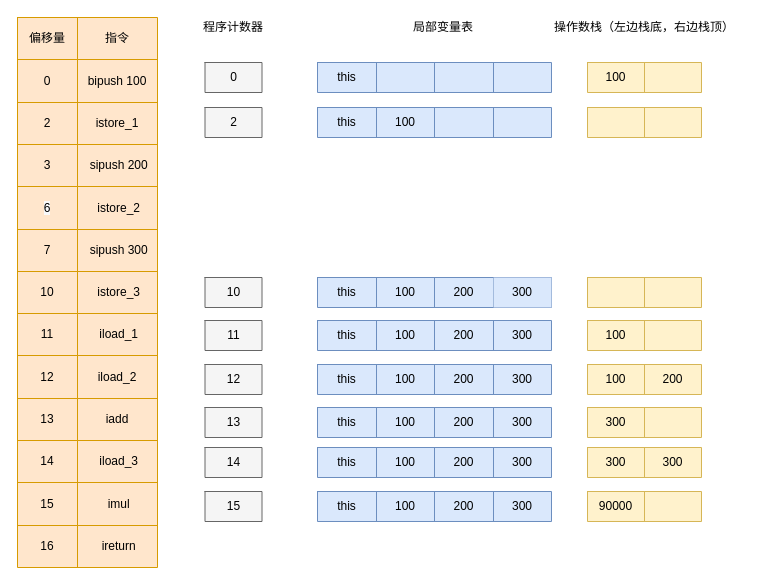
The draw.io diagram jvm/局部变量表，操作数栈，程序计数器执行过程.drawio in erlieStar/diagrams, before the edit. Source tidied: cells renumbered, new cells numbered last; positions are measured from the earlier drawing's top-left corner, leaving out a move shared by most shapes. Both pictures are drawn from the tidied source at 100%, with x=0, y=0 at pixel (17, 17).
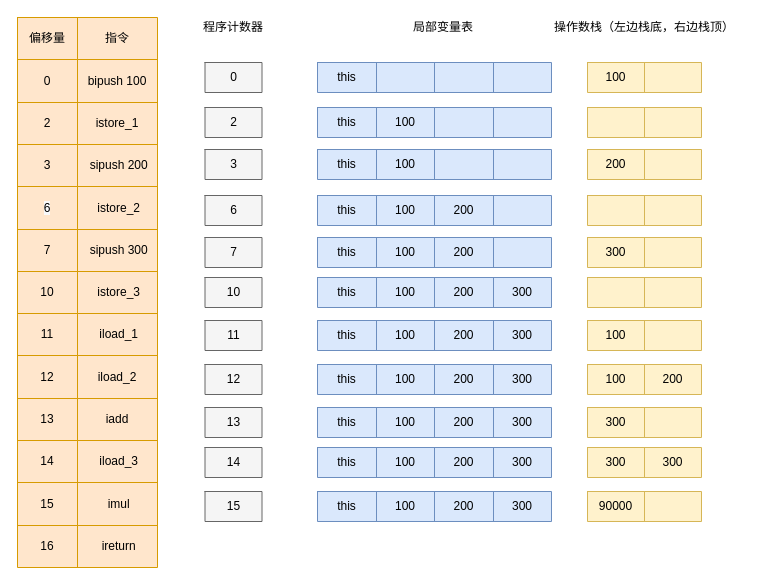
After the change.

Commit message (it also covers changes not shown here):
Update 局部变量表，操作数栈，程序计数器执行过程.drawio

The edit, as a diff of the source:
```diff
@@
-    <mxCell id="71" style="shape=table;html=1;whiteSpace=wrap;startSize=0;childLayout=tableLayout;fillColor=#dae8fc;strokeColor=#6c8ebf;" parent="1" vertex="1">
-      <mxGeometry x="300" y="260" width="234" height="30" as="geometry" />
-    </mxCell>
-    <mxCell id="72" style="shape=partialRectangle;html=1;whiteSpace=wrap;fillColor=none;top=0;left=0;bottom=0;right=0;" parent="71" vertex="1">
-      <mxGeometry width="234" height="30" as="geometry" />
-    </mxCell>
-    <mxCell id="73" value="this" style="shape=partialRectangle;html=1;whiteSpace=wrap;fillColor=none;top=0;left=0;bottom=0;right=0;overflow=hidden;" parent="72" vertex="1">
-      <mxGeometry width="59" height="30" as="geometry" />
-    </mxCell>
-    <mxCell id="74" value="100" style="shape=partialRectangle;html=1;whiteSpace=wrap;fillColor=none;top=0;left=0;bottom=0;right=0;overflow=hidden;" parent="72" vertex="1">
-      <mxGeometry x="59" width="58" height="30" as="geometry" />
-    </mxCell>
-    <mxCell id="75" value="200" style="shape=partialRectangle;html=1;whiteSpace=wrap;fillColor=none;top=0;left=0;bottom=0;right=0;overflow=hidden;" parent="72" vertex="1">
-      <mxGeometry x="117" width="59" height="30" as="geometry" />
-    </mxCell>
-    <mxCell id="76" value="300" style="shape=partialRectangle;html=1;whiteSpace=wrap;fillColor=#dae8fc;top=0;left=0;bottom=0;right=0;overflow=hidden;strokeColor=#6c8ebf;" parent="72" vertex="1">
-      <mxGeometry x="176" width="58" height="30" as="geometry" />
-    </mxCell>
@@
+    <mxCell id="149" style="shape=table;html=1;whiteSpace=wrap;startSize=0;childLayout=tableLayout;fillColor=#dae8fc;strokeColor=#6c8ebf;" parent="1" vertex="1">
+      <mxGeometry x="300" y="132" width="234" height="30" as="geometry" />
+    </mxCell>
+    <mxCell id="150" style="shape=partialRectangle;html=1;whiteSpace=wrap;fillColor=none;top=0;left=0;bottom=0;right=0;" parent="149" vertex="1">
+      <mxGeometry width="234" height="30" as="geometry" />
+    </mxCell>
+    <mxCell id="151" value="this" style="shape=partialRectangle;html=1;whiteSpace=wrap;fillColor=none;top=0;left=0;bottom=0;right=0;overflow=hidden;" parent="150" vertex="1">
+      <mxGeometry width="59" height="30" as="geometry" />
+    </mxCell>
+    <mxCell id="152" value="100" style="shape=partialRectangle;html=1;whiteSpace=wrap;fillColor=none;top=0;left=0;bottom=0;right=0;overflow=hidden;" parent="150" vertex="1">
+      <mxGeometry x="59" width="58" height="30" as="geometry" />
+    </mxCell>
+    <mxCell id="153" style="shape=partialRectangle;html=1;whiteSpace=wrap;fillColor=none;top=0;left=0;bottom=0;right=0;overflow=hidden;" parent="150" vertex="1">
+      <mxGeometry x="117" width="59" height="30" as="geometry" />
+    </mxCell>
+    <mxCell id="154" style="shape=partialRectangle;html=1;whiteSpace=wrap;fillColor=none;top=0;left=0;bottom=0;right=0;overflow=hidden;" parent="150" vertex="1">
+      <mxGeometry x="176" width="58" height="30" as="geometry" />
+    </mxCell>
+    <mxCell id="155" style="shape=table;html=1;whiteSpace=wrap;startSize=0;childLayout=tableLayout;fillColor=#fff2cc;strokeColor=#d6b656;" parent="1" vertex="1">
+      <mxGeometry x="570" y="132" width="114" height="30" as="geometry" />
+    </mxCell>
+    <mxCell id="156" style="shape=partialRectangle;html=1;whiteSpace=wrap;fillColor=none;top=0;left=0;bottom=0;right=0;" parent="155" vertex="1">
+      <mxGeometry width="114" height="30" as="geometry" />
+    </mxCell>
+    <mxCell id="157" value="200" style="shape=partialRectangle;html=1;whiteSpace=wrap;fillColor=none;top=0;left=0;bottom=0;right=0;overflow=hidden;" parent="156" vertex="1">
+      <mxGeometry width="57" height="30" as="geometry" />
+    </mxCell>
+    <mxCell id="158" style="shape=partialRectangle;html=1;whiteSpace=wrap;fillColor=none;top=0;left=0;bottom=0;right=0;overflow=hidden;" parent="156" vertex="1">
+      <mxGeometry x="57" width="57" height="30" as="geometry" />
+    </mxCell>
+    <mxCell id="159" style="shape=table;html=1;whiteSpace=wrap;startSize=0;childLayout=tableLayout;fillColor=#f5f5f5;strokeColor=#666666;fontColor=#333333;" parent="1" vertex="1">
+      <mxGeometry x="187.5" y="132" width="57" height="30" as="geometry" />
+    </mxCell>
+    <mxCell id="160" style="shape=partialRectangle;html=1;whiteSpace=wrap;fillColor=none;top=0;left=0;bottom=0;right=0;" parent="159" vertex="1">
+      <mxGeometry width="57" height="30" as="geometry" />
+    </mxCell>
+    <mxCell id="161" value="3" style="shape=partialRectangle;html=1;whiteSpace=wrap;fillColor=none;top=0;left=0;bottom=0;right=0;overflow=hidden;" parent="160" vertex="1">
+      <mxGeometry width="57" height="30" as="geometry" />
+    </mxCell>
+    <mxCell id="162" style="shape=table;html=1;whiteSpace=wrap;startSize=0;childLayout=tableLayout;fillColor=#dae8fc;strokeColor=#6c8ebf;" parent="1" vertex="1">
+      <mxGeometry x="300" y="178" width="234" height="30" as="geometry" />
+    </mxCell>
+    <mxCell id="163" style="shape=partialRectangle;html=1;whiteSpace=wrap;fillColor=none;top=0;left=0;bottom=0;right=0;" parent="162" vertex="1">
+      <mxGeometry width="234" height="30" as="geometry" />
+    </mxCell>
+    <mxCell id="164" value="this" style="shape=partialRectangle;html=1;whiteSpace=wrap;fillColor=none;top=0;left=0;bottom=0;right=0;overflow=hidden;" parent="163" vertex="1">
+      <mxGeometry width="59" height="30" as="geometry" />
+    </mxCell>
+    <mxCell id="165" value="100" style="shape=partialRectangle;html=1;whiteSpace=wrap;fillColor=none;top=0;left=0;bottom=0;right=0;overflow=hidden;" parent="163" vertex="1">
+      <mxGeometry x="59" width="58" height="30" as="geometry" />
+    </mxCell>
+    <mxCell id="166" value="200" style="shape=partialRectangle;html=1;whiteSpace=wrap;fillColor=none;top=0;left=0;bottom=0;right=0;overflow=hidden;" parent="163" vertex="1">
+      <mxGeometry x="117" width="59" height="30" as="geometry" />
+    </mxCell>
+    <mxCell id="167" style="shape=partialRectangle;html=1;whiteSpace=wrap;fillColor=none;top=0;left=0;bottom=0;right=0;overflow=hidden;" parent="163" vertex="1">
+      <mxGeometry x="176" width="58" height="30" as="geometry" />
+    </mxCell>
+    <mxCell id="168" style="shape=table;html=1;whiteSpace=wrap;startSize=0;childLayout=tableLayout;fillColor=#fff2cc;strokeColor=#d6b656;" parent="1" vertex="1">
+      <mxGeometry x="570" y="178" width="114" height="30" as="geometry" />
+    </mxCell>
+    <mxCell id="169" style="shape=partialRectangle;html=1;whiteSpace=wrap;fillColor=none;top=0;left=0;bottom=0;right=0;" parent="168" vertex="1">
+      <mxGeometry width="114" height="30" as="geometry" />
+    </mxCell>
+    <mxCell id="170" style="shape=partialRectangle;html=1;whiteSpace=wrap;fillColor=none;top=0;left=0;bottom=0;right=0;overflow=hidden;" parent="169" vertex="1">
+      <mxGeometry width="57" height="30" as="geometry" />
+    </mxCell>
+    <mxCell id="171" style="shape=partialRectangle;html=1;whiteSpace=wrap;fillColor=none;top=0;left=0;bottom=0;right=0;overflow=hidden;" parent="169" vertex="1">
+      <mxGeometry x="57" width="57" height="30" as="geometry" />
+    </mxCell>
+    <mxCell id="172" style="shape=table;html=1;whiteSpace=wrap;startSize=0;childLayout=tableLayout;fillColor=#f5f5f5;strokeColor=#666666;fontColor=#333333;" parent="1" vertex="1">
+      <mxGeometry x="187.5" y="178" width="57" height="30" as="geometry" />
+    </mxCell>
+    <mxCell id="173" style="shape=partialRectangle;html=1;whiteSpace=wrap;fillColor=none;top=0;left=0;bottom=0;right=0;" parent="172" vertex="1">
+      <mxGeometry width="57" height="30" as="geometry" />
+    </mxCell>
+    <mxCell id="174" value="6" style="shape=partialRectangle;html=1;whiteSpace=wrap;fillColor=none;top=0;left=0;bottom=0;right=0;overflow=hidden;" parent="173" vertex="1">
+      <mxGeometry width="57" height="30" as="geometry" />
+    </mxCell>
+    <mxCell id="175" style="shape=table;html=1;whiteSpace=wrap;startSize=0;childLayout=tableLayout;fillColor=#dae8fc;strokeColor=#6c8ebf;" parent="1" vertex="1">
+      <mxGeometry x="300" y="220" width="234" height="30" as="geometry" />
+    </mxCell>
+    <mxCell id="176" style="shape=partialRectangle;html=1;whiteSpace=wrap;fillColor=none;top=0;left=0;bottom=0;right=0;" parent="175" vertex="1">
+      <mxGeometry width="234" height="30" as="geometry" />
+    </mxCell>
+    <mxCell id="177" value="this" style="shape=partialRectangle;html=1;whiteSpace=wrap;fillColor=none;top=0;left=0;bottom=0;right=0;overflow=hidden;" parent="176" vertex="1">
+      <mxGeometry width="59" height="30" as="geometry" />
+    </mxCell>
+    <mxCell id="178" value="100" style="shape=partialRectangle;html=1;whiteSpace=wrap;fillColor=none;top=0;left=0;bottom=0;right=0;overflow=hidden;" parent="176" vertex="1">
+      <mxGeometry x="59" width="58" height="30" as="geometry" />
+    </mxCell>
+    <mxCell id="179" value="200" style="shape=partialRectangle;html=1;whiteSpace=wrap;fillColor=none;top=0;left=0;bottom=0;right=0;overflow=hidden;" parent="176" vertex="1">
+      <mxGeometry x="117" width="59" height="30" as="geometry" />
+    </mxCell>
+    <mxCell id="180" style="shape=partialRectangle;html=1;whiteSpace=wrap;fillColor=none;top=0;left=0;bottom=0;right=0;overflow=hidden;" parent="176" vertex="1">
+      <mxGeometry x="176" width="58" height="30" as="geometry" />
+    </mxCell>
+    <mxCell id="181" style="shape=table;html=1;whiteSpace=wrap;startSize=0;childLayout=tableLayout;fillColor=#fff2cc;strokeColor=#d6b656;" parent="1" vertex="1">
+      <mxGeometry x="570" y="220" width="114" height="30" as="geometry" />
+    </mxCell>
+    <mxCell id="182" style="shape=partialRectangle;html=1;whiteSpace=wrap;fillColor=none;top=0;left=0;bottom=0;right=0;" parent="181" vertex="1">
+      <mxGeometry width="114" height="30" as="geometry" />
+    </mxCell>
+    <mxCell id="183" value="300" style="shape=partialRectangle;html=1;whiteSpace=wrap;fillColor=none;top=0;left=0;bottom=0;right=0;overflow=hidden;" parent="182" vertex="1">
+      <mxGeometry width="57" height="30" as="geometry" />
+    </mxCell>
+    <mxCell id="184" style="shape=partialRectangle;html=1;whiteSpace=wrap;fillColor=none;top=0;left=0;bottom=0;right=0;overflow=hidden;" parent="182" vertex="1">
+      <mxGeometry x="57" width="57" height="30" as="geometry" />
+    </mxCell>
+    <mxCell id="185" style="shape=table;html=1;whiteSpace=wrap;startSize=0;childLayout=tableLayout;fillColor=#f5f5f5;strokeColor=#666666;fontColor=#333333;" parent="1" vertex="1">
+      <mxGeometry x="187.5" y="220" width="57" height="30" as="geometry" />
+    </mxCell>
+    <mxCell id="186" style="shape=partialRectangle;html=1;whiteSpace=wrap;fillColor=none;top=0;left=0;bottom=0;right=0;" parent="185" vertex="1">
+      <mxGeometry width="57" height="30" as="geometry" />
+    </mxCell>
+    <mxCell id="187" value="7" style="shape=partialRectangle;html=1;whiteSpace=wrap;fillColor=none;top=0;left=0;bottom=0;right=0;overflow=hidden;" parent="186" vertex="1">
+      <mxGeometry width="57" height="30" as="geometry" />
+    </mxCell>
+    <mxCell id="71" style="shape=table;html=1;whiteSpace=wrap;startSize=0;childLayout=tableLayout;fillColor=#dae8fc;strokeColor=#6c8ebf;" parent="1" vertex="1">
+      <mxGeometry x="300" y="260" width="234" height="30" as="geometry" />
+    </mxCell>
+    <mxCell id="188" style="shape=partialRectangle;html=1;whiteSpace=wrap;fillColor=none;top=0;left=0;bottom=0;right=0;" parent="71" vertex="1">
+      <mxGeometry width="234" height="30" as="geometry" />
+    </mxCell>
+    <mxCell id="189" value="this" style="shape=partialRectangle;html=1;whiteSpace=wrap;fillColor=none;top=0;left=0;bottom=0;right=0;overflow=hidden;" parent="188" vertex="1">
+      <mxGeometry width="59" height="30" as="geometry" />
+    </mxCell>
+    <mxCell id="190" value="100" style="shape=partialRectangle;html=1;whiteSpace=wrap;fillColor=none;top=0;left=0;bottom=0;right=0;overflow=hidden;" parent="188" vertex="1">
+      <mxGeometry x="59" width="58" height="30" as="geometry" />
+    </mxCell>
+    <mxCell id="191" value="200" style="shape=partialRectangle;html=1;whiteSpace=wrap;fillColor=none;top=0;left=0;bottom=0;right=0;overflow=hidden;" parent="188" vertex="1">
+      <mxGeometry x="117" width="59" height="30" as="geometry" />
+    </mxCell>
+    <mxCell id="192" value="300" style="shape=partialRectangle;html=1;whiteSpace=wrap;fillColor=none;top=0;left=0;bottom=0;right=0;overflow=hidden;" parent="188" vertex="1">
+      <mxGeometry x="176" width="58" height="30" as="geometry" />
+    </mxCell>
```
